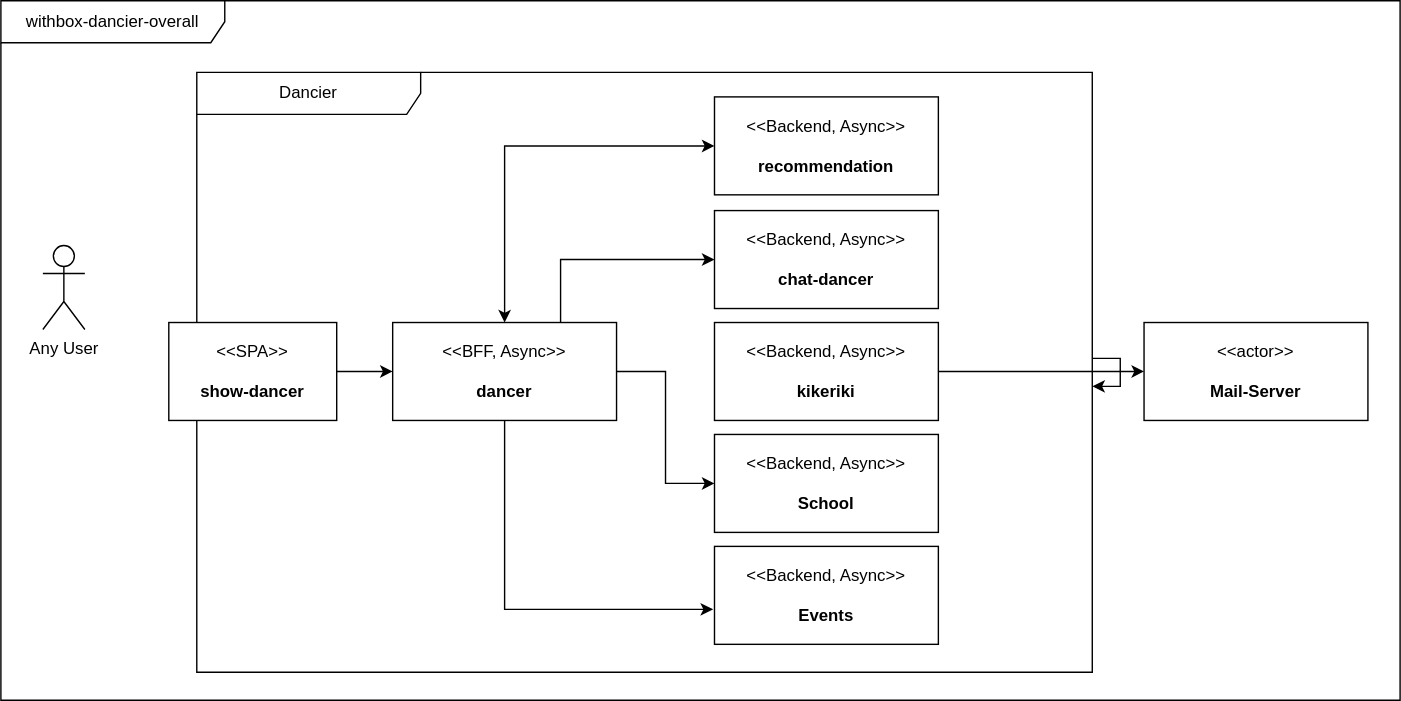
dancier/documentation keeps this draw.io diagram as src/main/jbake/content/documentation/arc42/images/whitebox-overall-system.drawio.svg. Above is the earlier version. Source tidied: cells renumbered, new cells last; positions are measured from the earlier drawing's top-left corner, leaving out a move shared by most shapes.
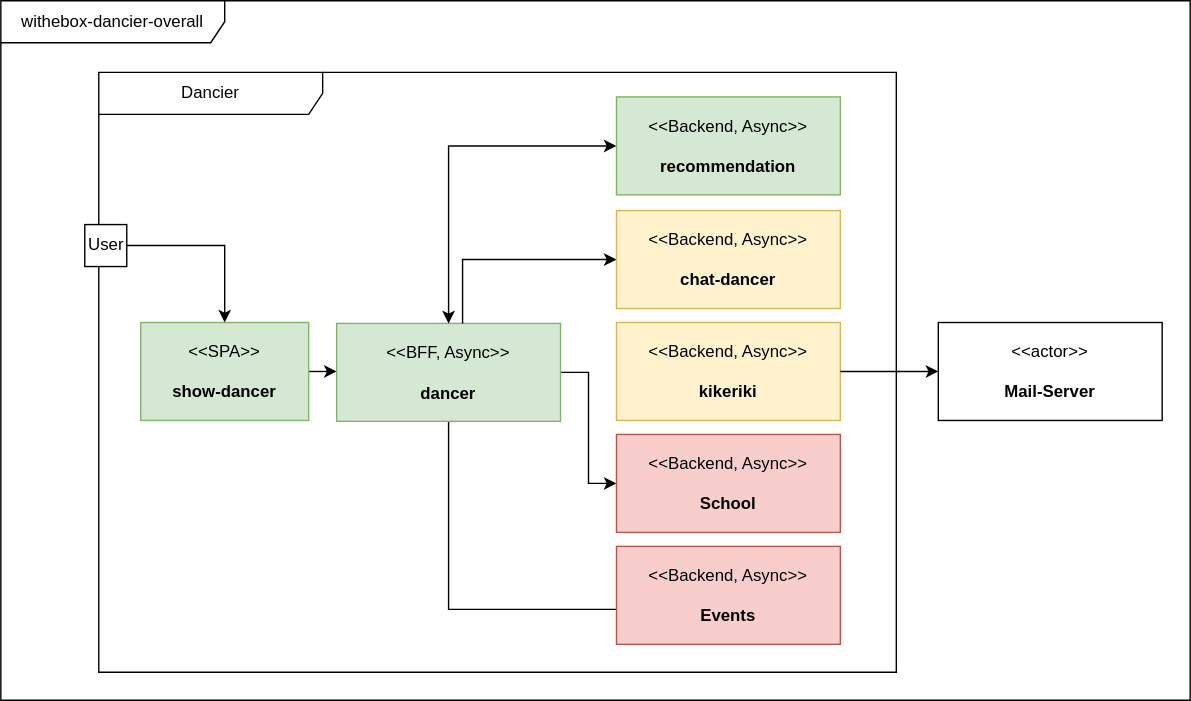
After the commit.

Commit message:
describe building blocks

Change to the diagram source:
```diff
@@ -2,33 +2,32 @@
   <root>
     <mxCell id="0" />
     <mxCell id="1" parent="0" />
-    <mxCell id="2" value="withbox-dancier-overall" style="shape=umlFrame;whiteSpace=wrap;html=1;width=160;" parent="1" vertex="1">
-      <mxGeometry width="1000" height="500" as="geometry" />
+    <mxCell id="2" value="withebox-dancier-overall" style="shape=umlFrame;whiteSpace=wrap;html=1;width=160;" parent="1" vertex="1">
+      <mxGeometry width="850" height="500" as="geometry" />
     </mxCell>
-    <mxCell id="3" value="Any User" style="shape=umlActor;verticalLabelPosition=bottom;verticalAlign=top;html=1;" parent="2" vertex="1">
-      <mxGeometry x="30" y="175" width="30" height="60" as="geometry" />
-    </mxCell>
     <mxCell id="4" value="Dancier" style="shape=umlFrame;whiteSpace=wrap;html=1;width=160;" parent="2" vertex="1">
-      <mxGeometry x="140" y="51.2" width="640" height="428.8" as="geometry" />
+      <mxGeometry x="70" y="51.2" width="570" height="428.8" as="geometry" />
     </mxCell>
     <mxCell id="5" style="edgeStyle=orthogonalEdgeStyle;rounded=0;jettySize=auto;html=1;" parent="4" edge="1" source="6" target="9">
       <mxGeometry relative="1" as="geometry" />
     </mxCell>
-    <mxCell id="6" value="&amp;lt;&amp;lt;SPA&amp;gt;&amp;gt;&lt;br&gt;&lt;br&gt;&lt;b&gt;show-dancer&lt;/b&gt;" style="html=1;align=center;verticalAlign=middle;dashed=0;whiteSpace=wrap;" parent="4" vertex="1">
-      <mxGeometry x="-20" y="178.8" width="120" height="70" as="geometry" />
+    <mxCell id="6" value="&amp;lt;&amp;lt;SPA&amp;gt;&amp;gt;&lt;br&gt;&lt;br&gt;&lt;b&gt;show-dancer&lt;/b&gt;" style="html=1;align=center;verticalAlign=middle;dashed=0;whiteSpace=wrap;fillColor=#d5e8d4;strokeColor=#82b366;" parent="4" vertex="1">
+      <mxGeometry x="30" y="178.8" width="120" height="70" as="geometry" />
     </mxCell>
     <mxCell id="7" style="edgeStyle=orthogonalEdgeStyle;rounded=0;jettySize=auto;html=1;entryX=0;entryY=0.5;entryDx=0;entryDy=0;" parent="4" edge="1" source="9" target="15">
       <mxGeometry relative="1" as="geometry" />
     </mxCell>
-    <mxCell id="8" style="edgeStyle=orthogonalEdgeStyle;rounded=0;jettySize=auto;html=1;entryX=-0.006;entryY=0.643;entryDx=0;entryDy=0;entryPerimeter=0;" parent="4" edge="1" source="9" target="16">
+    <mxCell id="8" style="edgeStyle=orthogonalEdgeStyle;rounded=0;orthogonalLoop=1;jettySize=auto;html=1;entryX=-0.006;entryY=0.643;entryDx=0;entryDy=0;entryPerimeter=0;" parent="4" edge="1">
       <mxGeometry relative="1" as="geometry">
+        <mxPoint x="250" y="249.4" as="sourcePoint" />
+        <mxPoint x="399" y="383.8" as="targetPoint" />
         <Array as="points">
-          <mxPoint x="220" y="384" />
+          <mxPoint x="250" y="384" />
         </Array>
       </mxGeometry>
     </mxCell>
-    <mxCell id="9" value="&amp;lt;&amp;lt;BFF, Async&amp;gt;&amp;gt;&lt;br&gt;&lt;br&gt;&lt;b&gt;dancer&lt;/b&gt;" style="html=1;align=center;verticalAlign=middle;dashed=0;whiteSpace=wrap;" parent="4" vertex="1">
-      <mxGeometry x="140" y="178.8" width="160" height="70" as="geometry" />
+    <mxCell id="9" value="&amp;lt;&amp;lt;BFF, Async&amp;gt;&amp;gt;&lt;br&gt;&lt;br&gt;&lt;b&gt;dancer&lt;/b&gt;" style="html=1;align=center;verticalAlign=middle;dashed=0;whiteSpace=wrap;fillColor=#d5e8d4;strokeColor=#82b366;" parent="4" vertex="1">
+      <mxGeometry x="170" y="179.4" width="160" height="70" as="geometry" />
     </mxCell>
     <mxCell id="10" style="edgeStyle=orthogonalEdgeStyle;rounded=0;jettySize=auto;html=1;startArrow=classic;startFill=1;endArrow=none;endFill=0;" parent="4" edge="1" source="11" target="9">
       <mxGeometry relative="1" as="geometry">
@@ -37,32 +36,35 @@
         </Array>
       </mxGeometry>
     </mxCell>
-    <mxCell id="11" value="&amp;lt;&amp;lt;Backend, Async&amp;gt;&amp;gt;&lt;br&gt;&lt;br&gt;&lt;b&gt;chat-dancer&lt;/b&gt;" style="html=1;align=center;verticalAlign=middle;dashed=0;whiteSpace=wrap;" parent="4" vertex="1">
+    <mxCell id="11" value="&amp;lt;&amp;lt;Backend, Async&amp;gt;&amp;gt;&lt;br&gt;&lt;br&gt;&lt;b&gt;chat-dancer&lt;/b&gt;" style="html=1;align=center;verticalAlign=middle;dashed=0;whiteSpace=wrap;fillColor=#fff2cc;strokeColor=#d6b656;" parent="4" vertex="1">
       <mxGeometry x="370" y="98.8" width="160" height="70" as="geometry" />
     </mxCell>
     <mxCell id="12" style="edgeStyle=orthogonalEdgeStyle;rounded=0;jettySize=auto;html=1;endArrow=classic;endFill=1;startArrow=classic;startFill=1;" parent="4" edge="1" source="13" target="9">
       <mxGeometry relative="1" as="geometry" />
     </mxCell>
-    <mxCell id="13" value="&amp;lt;&amp;lt;Backend, Async&amp;gt;&amp;gt;&lt;br&gt;&lt;br&gt;&lt;b&gt;recommendation&lt;/b&gt;" style="html=1;align=center;verticalAlign=middle;dashed=0;whiteSpace=wrap;" parent="4" vertex="1">
+    <mxCell id="13" value="&amp;lt;&amp;lt;Backend, Async&amp;gt;&amp;gt;&lt;br&gt;&lt;br&gt;&lt;b&gt;recommendation&lt;/b&gt;" style="html=1;align=center;verticalAlign=middle;dashed=0;whiteSpace=wrap;fillColor=#d5e8d4;strokeColor=#82b366;" parent="4" vertex="1">
       <mxGeometry x="370" y="17.5" width="160" height="70" as="geometry" />
     </mxCell>
-    <mxCell id="14" value="&amp;lt;&amp;lt;Backend, Async&amp;gt;&amp;gt;&lt;br&gt;&lt;br&gt;&lt;b&gt;kikeriki&lt;/b&gt;" style="html=1;align=center;verticalAlign=middle;dashed=0;whiteSpace=wrap;" parent="4" vertex="1">
+    <mxCell id="14" value="&amp;lt;&amp;lt;Backend, Async&amp;gt;&amp;gt;&lt;br&gt;&lt;br&gt;&lt;b&gt;kikeriki&lt;/b&gt;" style="html=1;align=center;verticalAlign=middle;dashed=0;whiteSpace=wrap;fillColor=#fff2cc;strokeColor=#d6b656;" parent="4" vertex="1">
       <mxGeometry x="370" y="178.8" width="160" height="70" as="geometry" />
     </mxCell>
-    <mxCell id="15" value="&amp;lt;&amp;lt;Backend, Async&amp;gt;&amp;gt;&lt;br&gt;&lt;br&gt;&lt;b&gt;School&lt;/b&gt;" style="html=1;align=center;verticalAlign=middle;dashed=0;whiteSpace=wrap;" parent="4" vertex="1">
+    <mxCell id="15" value="&amp;lt;&amp;lt;Backend, Async&amp;gt;&amp;gt;&lt;br&gt;&lt;br&gt;&lt;b&gt;School&lt;/b&gt;" style="html=1;align=center;verticalAlign=middle;dashed=0;whiteSpace=wrap;fillColor=#f8cecc;strokeColor=#b85450;" parent="4" vertex="1">
       <mxGeometry x="370" y="258.8" width="160" height="70" as="geometry" />
     </mxCell>
-    <mxCell id="16" value="&amp;lt;&amp;lt;Backend, Async&amp;gt;&amp;gt;&lt;br&gt;&lt;br&gt;&lt;b&gt;Events&lt;br&gt;&lt;/b&gt;" style="html=1;align=center;verticalAlign=middle;dashed=0;whiteSpace=wrap;" parent="4" vertex="1">
+    <mxCell id="16" value="&amp;lt;&amp;lt;Backend, Async&amp;gt;&amp;gt;&lt;br&gt;&lt;br&gt;&lt;b&gt;Events&lt;br&gt;&lt;/b&gt;" style="html=1;align=center;verticalAlign=middle;dashed=0;whiteSpace=wrap;fillColor=#f8cecc;strokeColor=#b85450;" parent="4" vertex="1">
       <mxGeometry x="370" y="338.8" width="160" height="70" as="geometry" />
     </mxCell>
+    <mxCell id="20" style="edgeStyle=orthogonalEdgeStyle;rounded=0;jettySize=auto;html=1;" parent="4" edge="1" source="21" target="6">
+      <mxGeometry relative="1" as="geometry" />
+    </mxCell>
+    <mxCell id="21" value="User" style="html=1;rounded=0;" parent="4" vertex="1">
+      <mxGeometry x="-10" y="108.8" width="30" height="30" as="geometry" />
+    </mxCell>
     <mxCell id="17" value="&amp;lt;&amp;lt;actor&amp;gt;&amp;gt;&lt;br&gt;&lt;br&gt;&lt;b&gt;Mail-Server&lt;/b&gt;" style="html=1;align=center;verticalAlign=middle;dashed=0;whiteSpace=wrap;" parent="2" vertex="1">
-      <mxGeometry x="817" y="230" width="160" height="70" as="geometry" />
+      <mxGeometry x="670" y="230" width="160" height="70" as="geometry" />
     </mxCell>
     <mxCell id="18" style="edgeStyle=orthogonalEdgeStyle;rounded=0;jettySize=auto;html=1;" parent="2" edge="1" source="14" target="17">
       <mxGeometry relative="1" as="geometry" />
     </mxCell>
-    <mxCell id="19" style="edgeStyle=orthogonalEdgeStyle;rounded=0;orthogonalLoop=1;jettySize=auto;html=1;" parent="2" edge="1" source="4" target="4">
-      <mxGeometry relative="1" as="geometry" />
-    </mxCell>
   </root>
 </mxGraphModel>
```
